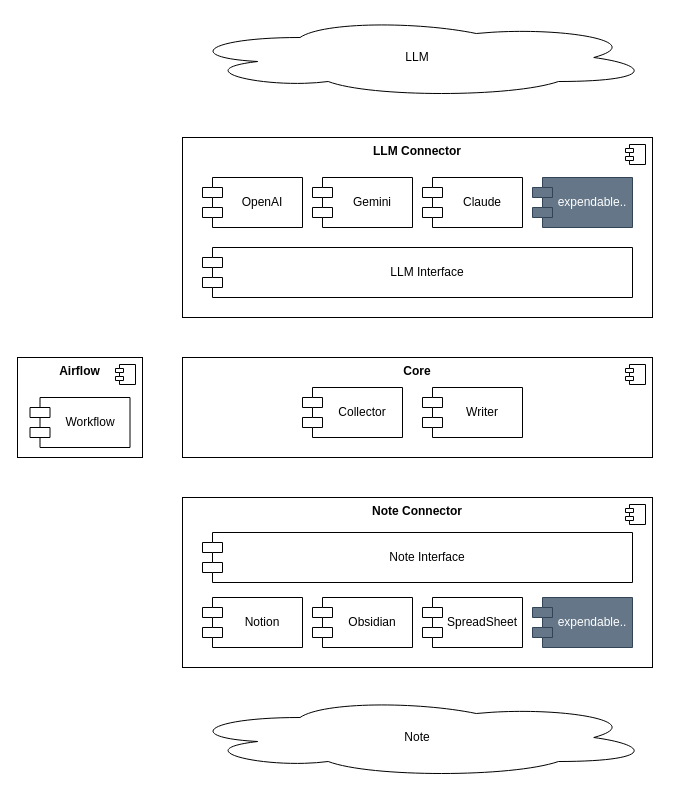
This is page "Components and Modules" (3 of 3) of doc/design.drawio from whdrns2013/StudySync, a draw.io file, before an edit. Source tidied: cells renumbered, new cells numbered last; positions are measured from the earlier drawing's top-left corner, leaving out a move shared by most shapes. Both pictures are drawn from the tidied source at 100%, with x=0, y=0 at pixel (17, 17).
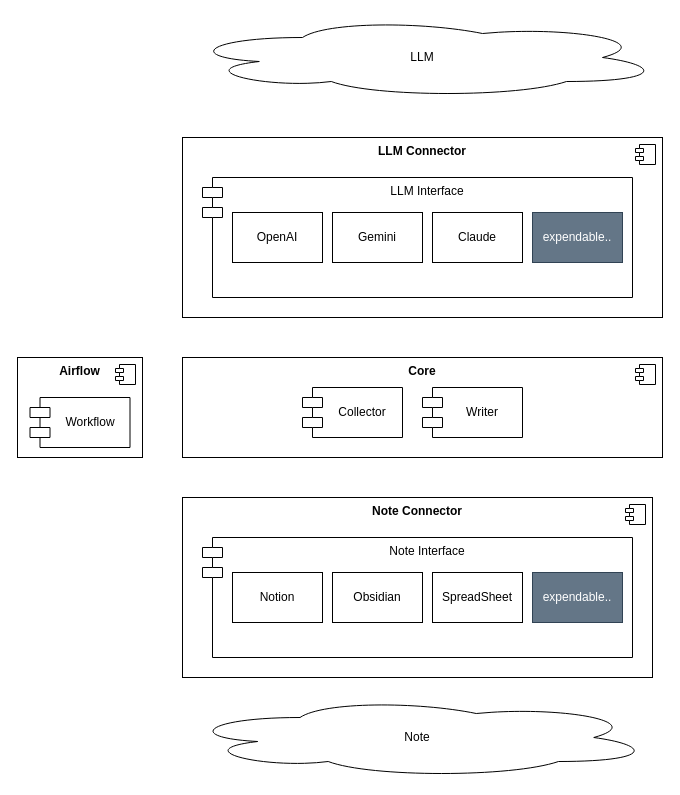
The same diagram, later.

What changed in the source:
```diff
@@
     <mxCell id="2" value="LLM" style="ellipse;shape=cloud;whiteSpace=wrap;html=1;" parent="1" vertex="1">
-      <mxGeometry x="165" width="470" height="80" as="geometry" />
+      <mxGeometry x="165" width="480" height="80" as="geometry" />
     </mxCell>
@@
     <mxCell id="4" value="&lt;b&gt;LLM Connector&lt;/b&gt;" style="html=1;whiteSpace=wrap;verticalAlign=top;" parent="1" vertex="1">
-      <mxGeometry x="165" y="120" width="470" height="180" as="geometry" />
+      <mxGeometry x="165" y="120" width="480" height="180" as="geometry" />
     </mxCell>
@@
     <mxCell id="6" value="&lt;b&gt;Core&lt;/b&gt;" style="html=1;whiteSpace=wrap;verticalAlign=top;" parent="1" vertex="1">
-      <mxGeometry x="165" y="340" width="470" height="100" as="geometry" />
+      <mxGeometry x="165" y="340" width="480" height="100" as="geometry" />
     </mxCell>
@@
     <mxCell id="8" value="&lt;b&gt;Note Connector&lt;/b&gt;" style="html=1;whiteSpace=wrap;verticalAlign=top;" parent="1" vertex="1">
-      <mxGeometry x="165" y="480" width="470" height="170" as="geometry" />
+      <mxGeometry x="165" y="480" width="470" height="180" as="geometry" />
     </mxCell>
@@
+    <mxCell id="11" value="LLM Interface" style="shape=module;align=left;spacingLeft=20;align=center;verticalAlign=top;whiteSpace=wrap;html=1;" parent="1" vertex="1">
+      <mxGeometry x="185" y="160" width="430" height="120" as="geometry" />
+    </mxCell>
+    <mxCell id="15" value="Collector" style="shape=module;align=left;spacingLeft=20;align=center;verticalAlign=middle;whiteSpace=wrap;html=1;" parent="1" vertex="1">
+      <mxGeometry x="285" y="370" width="100" height="50" as="geometry" />
+    </mxCell>
+    <mxCell id="16" value="Writer" style="shape=module;align=left;spacingLeft=20;align=center;verticalAlign=middle;whiteSpace=wrap;html=1;" parent="1" vertex="1">
+      <mxGeometry x="405" y="370" width="100" height="50" as="geometry" />
+    </mxCell>
+    <mxCell id="22" value="&lt;b&gt;Airflow&lt;/b&gt;" style="html=1;whiteSpace=wrap;verticalAlign=top;" parent="1" vertex="1">
+      <mxGeometry y="340" width="125" height="100" as="geometry" />
+    </mxCell>
+    <mxCell id="23" style="shape=module;jettyWidth=8;jettyHeight=4;" parent="22" vertex="1">
+      <mxGeometry x="1" width="20" height="20" relative="1" as="geometry">
+        <mxPoint x="-27" y="7" as="offset" />
+      </mxGeometry>
+    </mxCell>
+    <mxCell id="24" value="Workflow" style="shape=module;align=left;spacingLeft=20;align=center;verticalAlign=middle;whiteSpace=wrap;html=1;" parent="1" vertex="1">
+      <mxGeometry x="12.5" y="380" width="100" height="50" as="geometry" />
+    </mxCell>
-    <mxCell id="10" value="OpenAI" style="shape=module;align=left;spacingLeft=20;align=center;verticalAlign=middle;whiteSpace=wrap;html=1;" parent="1" vertex="1">
-      <mxGeometry x="185" y="160" width="100" height="50" as="geometry" />
+    <mxCell id="10" value="OpenAI" style="rounded=0;whiteSpace=wrap;html=1;strokeColor=default;align=center;verticalAlign=middle;fontFamily=Helvetica;fontSize=12;fontColor=default;fillColor=default;" parent="1" vertex="1">
+      <mxGeometry x="215" y="195" width="90" height="50" as="geometry" />
     </mxCell>
-    <mxCell id="11" value="LLM Interface" style="shape=module;align=left;spacingLeft=20;align=center;verticalAlign=middle;whiteSpace=wrap;html=1;" parent="1" vertex="1">
-      <mxGeometry x="185" y="230" width="430" height="50" as="geometry" />
-    </mxCell>
-    <mxCell id="12" value="Gemini" style="shape=module;align=left;spacingLeft=20;align=center;verticalAlign=middle;whiteSpace=wrap;html=1;" parent="1" vertex="1">
-      <mxGeometry x="295" y="160" width="100" height="50" as="geometry" />
+    <mxCell id="12" value="Gemini" style="rounded=0;whiteSpace=wrap;html=1;strokeColor=default;align=center;verticalAlign=middle;fontFamily=Helvetica;fontSize=12;fontColor=default;fillColor=default;" parent="1" vertex="1">
+      <mxGeometry x="315" y="195" width="90" height="50" as="geometry" />
     </mxCell>
-    <mxCell id="13" value="Claude" style="shape=module;align=left;spacingLeft=20;align=center;verticalAlign=middle;whiteSpace=wrap;html=1;" parent="1" vertex="1">
-      <mxGeometry x="405" y="160" width="100" height="50" as="geometry" />
+    <mxCell id="13" value="Claude" style="rounded=0;whiteSpace=wrap;html=1;strokeColor=default;align=center;verticalAlign=middle;fontFamily=Helvetica;fontSize=12;fontColor=default;fillColor=default;" parent="1" vertex="1">
+      <mxGeometry x="415" y="195" width="90" height="50" as="geometry" />
     </mxCell>
-    <mxCell id="14" value="expendable.." style="shape=module;align=left;spacingLeft=20;align=center;verticalAlign=middle;whiteSpace=wrap;html=1;fillColor=#647687;fontColor=#ffffff;strokeColor=#314354;" parent="1" vertex="1">
-      <mxGeometry x="515" y="160" width="100" height="50" as="geometry" />
-    </mxCell>
-    <mxCell id="15" value="Collector" style="shape=module;align=left;spacingLeft=20;align=center;verticalAlign=middle;whiteSpace=wrap;html=1;" parent="1" vertex="1">
-      <mxGeometry x="285" y="370" width="100" height="50" as="geometry" />
-    </mxCell>
-    <mxCell id="16" value="Writer" style="shape=module;align=left;spacingLeft=20;align=center;verticalAlign=middle;whiteSpace=wrap;html=1;" parent="1" vertex="1">
-      <mxGeometry x="405" y="370" width="100" height="50" as="geometry" />
-    </mxCell>
+    <mxCell id="25" value="expendable.." style="rounded=0;whiteSpace=wrap;html=1;strokeColor=#314354;align=center;verticalAlign=middle;fontFamily=Helvetica;fontSize=12;fontColor=#ffffff;fillColor=#647687;" parent="1" vertex="1">
+      <mxGeometry x="515" y="195" width="90" height="50" as="geometry" />
+    </mxCell>
-    <mxCell id="17" value="Note Interface" style="shape=module;align=left;spacingLeft=20;align=center;verticalAlign=middle;whiteSpace=wrap;html=1;" parent="1" vertex="1">
-      <mxGeometry x="185" y="515" width="430" height="50" as="geometry" />
+    <mxCell id="17" value="Note Interface" style="shape=module;align=left;spacingLeft=20;align=center;verticalAlign=top;whiteSpace=wrap;html=1;" parent="1" vertex="1">
+      <mxGeometry x="185" y="520" width="430" height="120" as="geometry" />
     </mxCell>
-    <mxCell id="18" value="Notion" style="shape=module;align=left;spacingLeft=20;align=center;verticalAlign=middle;whiteSpace=wrap;html=1;" parent="1" vertex="1">
-      <mxGeometry x="185" y="580" width="100" height="50" as="geometry" />
+    <mxCell id="18" value="Notion" style="rounded=0;whiteSpace=wrap;html=1;strokeColor=default;align=center;verticalAlign=middle;fontFamily=Helvetica;fontSize=12;fontColor=default;fillColor=default;" parent="1" vertex="1">
+      <mxGeometry x="215" y="555" width="90" height="50" as="geometry" />
     </mxCell>
-    <mxCell id="19" value="Obsidian" style="shape=module;align=left;spacingLeft=20;align=center;verticalAlign=middle;whiteSpace=wrap;html=1;" parent="1" vertex="1">
-      <mxGeometry x="295" y="580" width="100" height="50" as="geometry" />
+    <mxCell id="19" value="Obsidian" style="rounded=0;whiteSpace=wrap;html=1;strokeColor=default;align=center;verticalAlign=middle;fontFamily=Helvetica;fontSize=12;fontColor=default;fillColor=default;" parent="1" vertex="1">
+      <mxGeometry x="315" y="555" width="90" height="50" as="geometry" />
     </mxCell>
-    <mxCell id="20" value="SpreadSheet" style="shape=module;align=left;spacingLeft=20;align=center;verticalAlign=middle;whiteSpace=wrap;html=1;" parent="1" vertex="1">
-      <mxGeometry x="405" y="580" width="100" height="50" as="geometry" />
+    <mxCell id="20" value="SpreadSheet" style="rounded=0;whiteSpace=wrap;html=1;strokeColor=default;align=center;verticalAlign=middle;fontFamily=Helvetica;fontSize=12;fontColor=default;fillColor=default;" parent="1" vertex="1">
+      <mxGeometry x="415" y="555" width="90" height="50" as="geometry" />
     </mxCell>
-    <mxCell id="21" value="expendable.." style="shape=module;align=left;spacingLeft=20;align=center;verticalAlign=middle;whiteSpace=wrap;html=1;fillColor=#647687;fontColor=#ffffff;strokeColor=#314354;" parent="1" vertex="1">
-      <mxGeometry x="515" y="580" width="100" height="50" as="geometry" />
-    </mxCell>
-    <mxCell id="22" value="&lt;b&gt;Airflow&lt;/b&gt;" style="html=1;whiteSpace=wrap;verticalAlign=top;" parent="1" vertex="1">
-      <mxGeometry y="340" width="125" height="100" as="geometry" />
-    </mxCell>
-    <mxCell id="23" style="shape=module;jettyWidth=8;jettyHeight=4;" parent="22" vertex="1">
-      <mxGeometry x="1" width="20" height="20" relative="1" as="geometry">
-        <mxPoint x="-27" y="7" as="offset" />
-      </mxGeometry>
-    </mxCell>
-    <mxCell id="24" value="Workflow" style="shape=module;align=left;spacingLeft=20;align=center;verticalAlign=middle;whiteSpace=wrap;html=1;" parent="1" vertex="1">
-      <mxGeometry x="12.5" y="380" width="100" height="50" as="geometry" />
-    </mxCell>
+    <mxCell id="26" value="expendable.." style="rounded=0;whiteSpace=wrap;html=1;strokeColor=#314354;align=center;verticalAlign=middle;fontFamily=Helvetica;fontSize=12;fontColor=#ffffff;fillColor=#647687;" parent="1" vertex="1">
+      <mxGeometry x="515" y="555" width="90" height="50" as="geometry" />
+    </mxCell>
```
